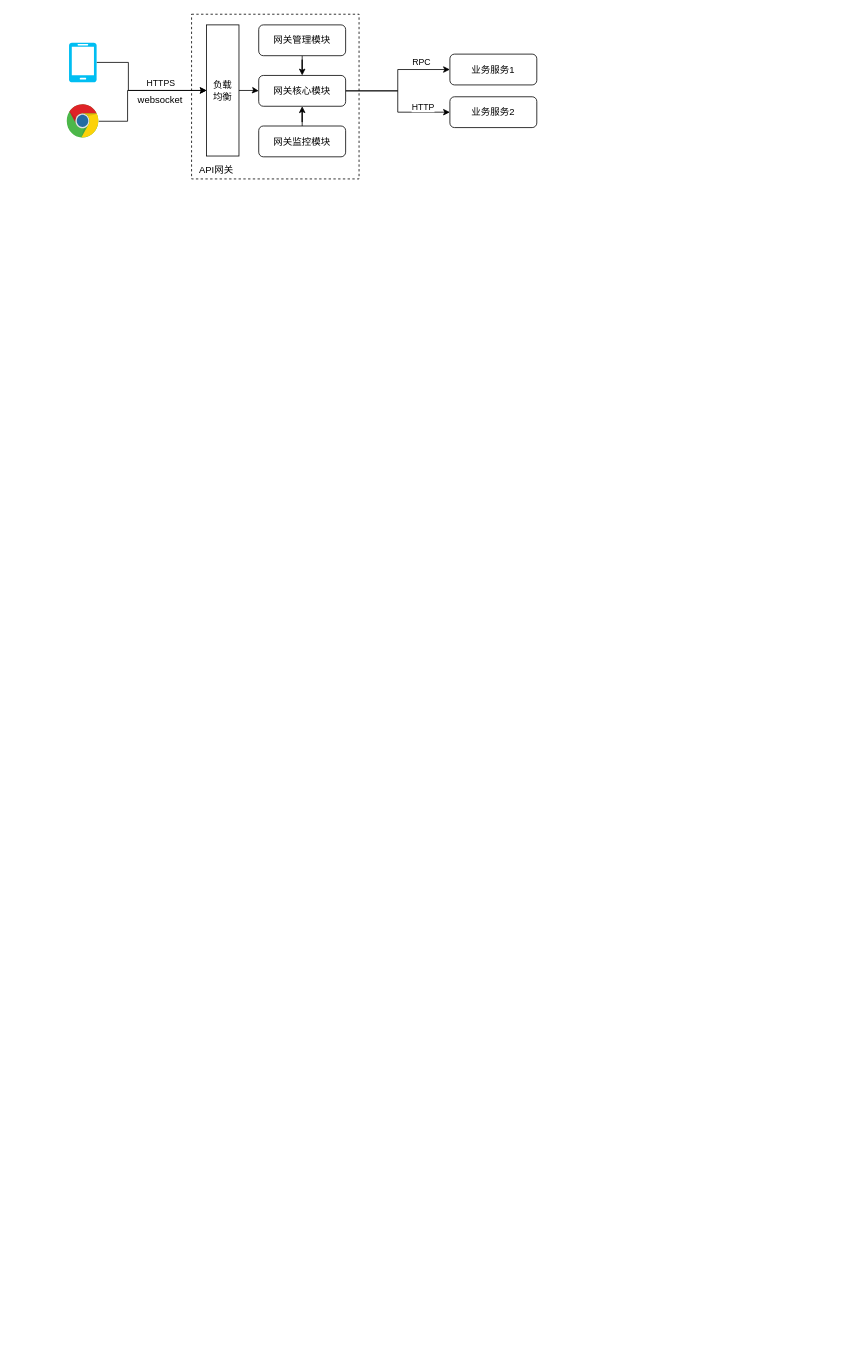
Earlier version of the draw.io diagram page "基础功能" (2 of 2) of AI电商-社区板块.drawio (joeylin/draw.io). Source tidied: cells renumbered, new cells numbered last; positions are measured from the earlier drawing's top-left corner, leaving out a move shared by most shapes. Both pictures are drawn from the tidied source at 79%, with x=0, y=0 at pixel (66, 13). Pictures stored in the file or linked from it are replaced by grey dashed boxes.
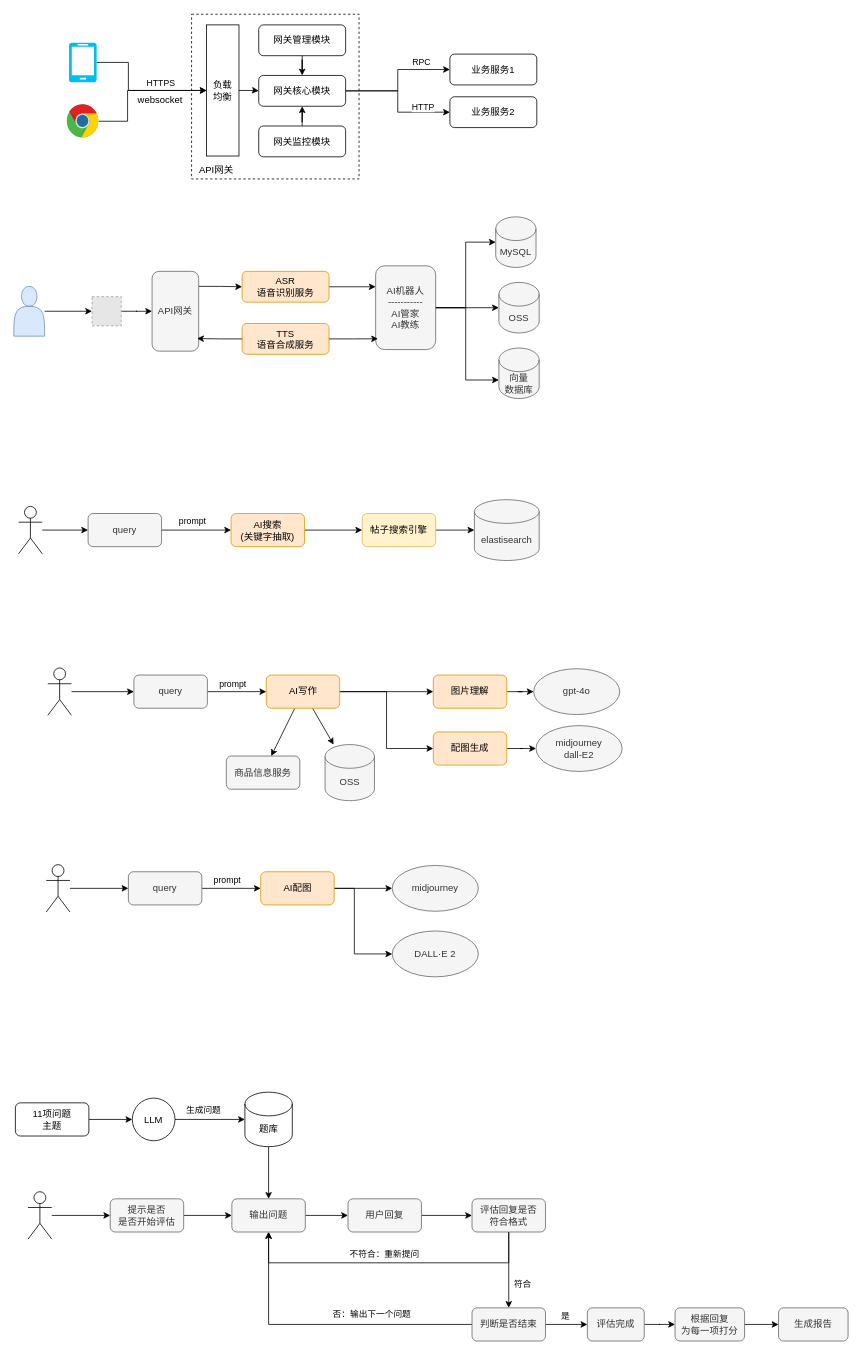
The same diagram, later.

Commit message:
更新AI电商-社区板块.drawio

Diff of the diagram source:
```diff
@@
+    <mxCell id="23" style="edgeStyle=orthogonalEdgeStyle;rounded=0;jettySize=auto;html=1;entryX=0;entryY=0.5;entryDx=0;entryDy=0;" parent="1" edge="1" source="24" target="28">
+      <mxGeometry relative="1" as="geometry" />
+    </mxCell>
+    <mxCell id="24" style="fillColor=#E6E6E6;strokeColor=#999999;dashed=1;html=1;verticalAlign=top;verticalLabelPosition=bottom;labelBackgroundColor=#ffffff;" parent="1" vertex="1">
+      <mxGeometry x="32" y="358" width="37" height="37" as="geometry" />
+    </mxCell>
+    <mxCell id="25" style="edgeStyle=orthogonalEdgeStyle;rounded=0;jettySize=auto;html=1;entryX=0;entryY=0.5;entryDx=0;entryDy=0;" parent="1" edge="1" source="26" target="24">
+      <mxGeometry relative="1" as="geometry" />
+    </mxCell>
+    <mxCell id="26" style="shape=actor;whiteSpace=wrap;html=1;fillColor=#dae8fc;strokeColor=#6c8ebf;" parent="1" vertex="1">
+      <mxGeometry x="-67" y="345" width="39" height="63" as="geometry" />
+    </mxCell>
+    <mxCell id="27" style="edgeStyle=orthogonalEdgeStyle;rounded=0;jettySize=auto;html=1;entryX=0;entryY=0.5;entryDx=0;entryDy=0;exitX=0.983;exitY=0.188;exitDx=0;exitDy=0;exitPerimeter=0;" parent="1" edge="1" source="28" target="30">
+      <mxGeometry relative="1" as="geometry" />
+    </mxCell>
+    <mxCell id="28" value="API网关" style="rounded=1;whiteSpace=wrap;html=1;fillColor=#f5f5f5;fontColor=#333333;strokeColor=#666666;" parent="1" vertex="1">
+      <mxGeometry x="108" y="326" width="59" height="101" as="geometry" />
+    </mxCell>
+    <mxCell id="29" style="edgeStyle=orthogonalEdgeStyle;rounded=0;jettySize=auto;html=1;entryX=0;entryY=0.25;entryDx=0;entryDy=0;" parent="1" edge="1" source="30" target="35">
+      <mxGeometry relative="1" as="geometry" />
+    </mxCell>
+    <mxCell id="30" value="ASR&lt;br&gt;语音识别服务" style="rounded=1;whiteSpace=wrap;html=1;fillColor=#ffe6cc;strokeColor=#d79b00;" parent="1" vertex="1">
+      <mxGeometry x="222" y="326" width="110" height="39" as="geometry" />
+    </mxCell>
+    <mxCell id="31" value="TTS&lt;br&gt;语音合成服务" style="rounded=1;whiteSpace=wrap;html=1;fillColor=#ffe6cc;strokeColor=#d79b00;" parent="1" vertex="1">
+      <mxGeometry x="222" y="392" width="110" height="39" as="geometry" />
+    </mxCell>
+    <mxCell id="32" style="edgeStyle=orthogonalEdgeStyle;rounded=0;jettySize=auto;html=1;entryX=0.966;entryY=0.842;entryDx=0;entryDy=0;entryPerimeter=0;" parent="1" edge="1" source="31" target="28">
+      <mxGeometry relative="1" as="geometry" />
+    </mxCell>
+    <mxCell id="33" style="edgeStyle=orthogonalEdgeStyle;rounded=0;jettySize=auto;html=1;" parent="1" edge="1" source="35" target="37">
+      <mxGeometry relative="1" as="geometry" />
+    </mxCell>
+    <mxCell id="34" style="edgeStyle=orthogonalEdgeStyle;rounded=0;jettySize=auto;html=1;" parent="1" edge="1" source="35" target="38">
+      <mxGeometry relative="1" as="geometry" />
+    </mxCell>
+    <mxCell id="35" value="AI机器人&lt;br&gt;-----------&lt;br&gt;&lt;div&gt;AI管家&lt;br&gt;AI教练&lt;/div&gt;" style="rounded=1;whiteSpace=wrap;html=1;fillColor=#f5f5f5;fontColor=#333333;strokeColor=#666666;" parent="1" vertex="1">
+      <mxGeometry x="391" y="319" width="76" height="106" as="geometry" />
+    </mxCell>
+    <mxCell id="36" style="edgeStyle=orthogonalEdgeStyle;rounded=0;jettySize=auto;html=1;entryX=0.039;entryY=0.871;entryDx=0;entryDy=0;entryPerimeter=0;" parent="1" edge="1" source="31" target="35">
+      <mxGeometry relative="1" as="geometry" />
+    </mxCell>
+    <mxCell id="37" value="MySQL" style="shape=cylinder3;whiteSpace=wrap;html=1;boundedLbl=1;backgroundOutline=1;size=15;fillColor=#f5f5f5;strokeColor=#666666;fontColor=#333333;" parent="1" vertex="1">
+      <mxGeometry x="543" y="257" width="51" height="64" as="geometry" />
+    </mxCell>
+    <mxCell id="38" value="OSS" style="shape=cylinder3;whiteSpace=wrap;html=1;boundedLbl=1;backgroundOutline=1;size=15;fillColor=#f5f5f5;strokeColor=#666666;fontColor=#333333;" parent="1" vertex="1">
+      <mxGeometry x="547" y="340" width="51" height="64" as="geometry" />
+    </mxCell>
+    <mxCell id="39" value="向量&lt;br&gt;数据库" style="shape=cylinder3;whiteSpace=wrap;html=1;boundedLbl=1;backgroundOutline=1;size=15;fillColor=#f5f5f5;strokeColor=#666666;fontColor=#333333;" parent="1" vertex="1">
+      <mxGeometry x="547" y="423" width="51" height="64" as="geometry" />
+    </mxCell>
+    <mxCell id="40" style="edgeStyle=orthogonalEdgeStyle;rounded=0;jettySize=auto;html=1;entryX=0;entryY=0;entryDx=0;entryDy=40.5;entryPerimeter=0;" parent="1" edge="1" source="35" target="39">
+      <mxGeometry relative="1" as="geometry">
+        <Array as="points">
+          <mxPoint x="505" y="372" />
+          <mxPoint x="505" y="464" />
+        </Array>
+      </mxGeometry>
+    </mxCell>
+    <mxCell id="41" style="edgeStyle=orthogonalEdgeStyle;rounded=0;jettySize=auto;html=1;entryX=0;entryY=0.5;entryDx=0;entryDy=0;" parent="1" edge="1" source="43" target="45">
+      <mxGeometry relative="1" as="geometry" />
+    </mxCell>
+    <mxCell id="42" value="prompt" style="edgeLabel;html=1;align=center;verticalAlign=middle;" parent="41" vertex="1">
+      <mxGeometry x="-0.14" relative="1" as="geometry">
+        <mxPoint y="-12" as="offset" />
+      </mxGeometry>
+    </mxCell>
+    <mxCell id="43" value="query" style="rounded=1;whiteSpace=wrap;html=1;fillColor=#f5f5f5;fontColor=#333333;strokeColor=#666666;" parent="1" vertex="1">
+      <mxGeometry x="27" y="632.5" width="93" height="42" as="geometry" />
+    </mxCell>
+    <mxCell id="44" style="edgeStyle=orthogonalEdgeStyle;rounded=0;jettySize=auto;html=1;entryX=0;entryY=0.5;entryDx=0;entryDy=0;" parent="1" edge="1" source="45" target="47">
+      <mxGeometry relative="1" as="geometry" />
+    </mxCell>
+    <mxCell id="45" value="AI搜索&lt;br&gt;(关键字抽取)" style="rounded=1;whiteSpace=wrap;html=1;fillColor=#ffe6cc;strokeColor=#d79b00;" parent="1" vertex="1">
+      <mxGeometry x="208" y="632.5" width="93" height="42" as="geometry" />
+    </mxCell>
+    <mxCell id="46" style="edgeStyle=orthogonalEdgeStyle;rounded=0;jettySize=auto;html=1;" parent="1" edge="1" source="47" target="48">
+      <mxGeometry relative="1" as="geometry" />
+    </mxCell>
+    <mxCell id="47" value="帖子搜索引擎" style="rounded=1;whiteSpace=wrap;html=1;fillColor=#fff2cc;strokeColor=#d6b656;" parent="1" vertex="1">
+      <mxGeometry x="374" y="632.5" width="93" height="42" as="geometry" />
+    </mxCell>
+    <mxCell id="48" value="elastisearch" style="shape=cylinder3;whiteSpace=wrap;html=1;boundedLbl=1;backgroundOutline=1;size=15;fillColor=#f5f5f5;fontColor=#333333;strokeColor=#666666;" parent="1" vertex="1">
+      <mxGeometry x="516" y="615" width="82" height="77" as="geometry" />
+    </mxCell>
+    <mxCell id="49" style="edgeStyle=orthogonalEdgeStyle;rounded=0;jettySize=auto;html=1;entryX=0;entryY=0.5;entryDx=0;entryDy=0;" parent="1" edge="1" source="50" target="43">
+      <mxGeometry relative="1" as="geometry" />
+    </mxCell>
+    <mxCell id="50" style="shape=umlActor;verticalLabelPosition=bottom;verticalAlign=top;html=1;outlineConnect=0;" parent="1" vertex="1">
+      <mxGeometry x="-61" y="623.5" width="30" height="60" as="geometry" />
+    </mxCell>
+    <mxCell id="51" style="edgeStyle=orthogonalEdgeStyle;rounded=0;jettySize=auto;html=1;" parent="1" edge="1" source="55" target="74">
+      <mxGeometry relative="1" as="geometry" />
+    </mxCell>
+    <mxCell id="52" style="edgeStyle=orthogonalEdgeStyle;rounded=0;jettySize=auto;html=1;entryX=0;entryY=0.5;entryDx=0;entryDy=0;" parent="1" edge="1" source="55" target="76">
+      <mxGeometry relative="1" as="geometry" />
+    </mxCell>
+    <mxCell id="53" style="rounded=0;jettySize=auto;html=1;" parent="1" edge="1" source="55" target="56">
+      <mxGeometry relative="1" as="geometry" />
+    </mxCell>
+    <mxCell id="54" style="rounded=0;jettySize=auto;html=1;" parent="1" edge="1" source="55" target="57">
+      <mxGeometry relative="1" as="geometry" />
+    </mxCell>
+    <mxCell id="55" value="AI写作" style="rounded=1;whiteSpace=wrap;html=1;fillColor=#ffe6cc;strokeColor=#d79b00;" parent="1" vertex="1">
+      <mxGeometry x="252.5" y="837" width="93" height="42" as="geometry" />
+    </mxCell>
+    <mxCell id="56" value="商品信息服务" style="rounded=1;whiteSpace=wrap;html=1;fillColor=#f5f5f5;fontColor=#333333;strokeColor=#666666;" parent="1" vertex="1">
+      <mxGeometry x="202" y="939.5" width="93" height="42" as="geometry" />
+    </mxCell>
+    <mxCell id="57" value="OSS" style="shape=cylinder3;whiteSpace=wrap;html=1;boundedLbl=1;backgroundOutline=1;size=15;fillColor=#f5f5f5;fontColor=#333333;strokeColor=#666666;" parent="1" vertex="1">
+      <mxGeometry x="327" y="925" width="62.5" height="71" as="geometry" />
+    </mxCell>
+    <mxCell id="58" style="edgeStyle=orthogonalEdgeStyle;rounded=0;jettySize=auto;html=1;entryX=0;entryY=0.5;entryDx=0;entryDy=0;" parent="1" edge="1" source="60" target="55">
+      <mxGeometry relative="1" as="geometry" />
+    </mxCell>
+    <mxCell id="59" value="prompt" style="edgeLabel;html=1;align=center;verticalAlign=middle;" parent="58" vertex="1">
+      <mxGeometry x="-0.13" y="3" relative="1" as="geometry">
+        <mxPoint x="-1" y="-8" as="offset" />
+      </mxGeometry>
+    </mxCell>
+    <mxCell id="60" value="query" style="rounded=1;whiteSpace=wrap;html=1;fillColor=#f5f5f5;fontColor=#333333;strokeColor=#666666;" parent="1" vertex="1">
+      <mxGeometry x="85" y="837" width="93" height="42" as="geometry" />
+    </mxCell>
+    <mxCell id="61" style="edgeStyle=orthogonalEdgeStyle;rounded=0;jettySize=auto;html=1;entryX=0;entryY=0.5;entryDx=0;entryDy=0;" parent="1" edge="1" source="63" target="67">
+      <mxGeometry relative="1" as="geometry" />
+    </mxCell>
+    <mxCell id="62" style="edgeStyle=orthogonalEdgeStyle;rounded=0;jettySize=auto;html=1;entryX=0;entryY=0.5;entryDx=0;entryDy=0;" parent="1" edge="1" source="63" target="68">
+      <mxGeometry relative="1" as="geometry">
+        <Array as="points">
+          <mxPoint x="364" y="1107" />
+          <mxPoint x="364" y="1190" />
+        </Array>
+      </mxGeometry>
+    </mxCell>
+    <mxCell id="63" value="AI配图" style="rounded=1;whiteSpace=wrap;html=1;fillColor=#ffe6cc;strokeColor=#d79b00;" parent="1" vertex="1">
+      <mxGeometry x="245.5" y="1086" width="93" height="42" as="geometry" />
+    </mxCell>
+    <mxCell id="64" style="edgeStyle=orthogonalEdgeStyle;rounded=0;jettySize=auto;html=1;entryX=0;entryY=0.5;entryDx=0;entryDy=0;" parent="1" edge="1" source="66" target="63">
+      <mxGeometry relative="1" as="geometry" />
+    </mxCell>
+    <mxCell id="65" value="prompt" style="edgeLabel;html=1;align=center;verticalAlign=middle;" parent="64" vertex="1">
+      <mxGeometry x="-0.13" y="3" relative="1" as="geometry">
+        <mxPoint x="-1" y="-8" as="offset" />
+      </mxGeometry>
+    </mxCell>
+    <mxCell id="66" value="query" style="rounded=1;whiteSpace=wrap;html=1;fillColor=#f5f5f5;fontColor=#333333;strokeColor=#666666;" parent="1" vertex="1">
+      <mxGeometry x="78" y="1086" width="93" height="42" as="geometry" />
+    </mxCell>
+    <mxCell id="67" value="midjourney" style="ellipse;whiteSpace=wrap;html=1;fillColor=#f5f5f5;fontColor=#333333;strokeColor=#666666;" parent="1" vertex="1">
+      <mxGeometry x="412" y="1078" width="109" height="58" as="geometry" />
+    </mxCell>
+    <mxCell id="68" value="DALL·E 2" style="ellipse;whiteSpace=wrap;html=1;fillColor=#f5f5f5;fontColor=#333333;strokeColor=#666666;" parent="1" vertex="1">
+      <mxGeometry x="412" y="1161" width="109" height="58" as="geometry" />
+    </mxCell>
+    <mxCell id="69" style="edgeStyle=orthogonalEdgeStyle;rounded=0;jettySize=auto;html=1;entryX=0;entryY=0.5;entryDx=0;entryDy=0;" parent="1" edge="1" source="70" target="60">
+      <mxGeometry relative="1" as="geometry" />
+    </mxCell>
+    <mxCell id="70" style="shape=umlActor;verticalLabelPosition=bottom;verticalAlign=top;html=1;outlineConnect=0;" parent="1" vertex="1">
+      <mxGeometry x="-24" y="828" width="30" height="60" as="geometry" />
+    </mxCell>
+    <mxCell id="71" style="edgeStyle=orthogonalEdgeStyle;rounded=0;jettySize=auto;html=1;" parent="1" edge="1" source="72" target="66">
+      <mxGeometry relative="1" as="geometry" />
+    </mxCell>
+    <mxCell id="72" style="shape=umlActor;verticalLabelPosition=bottom;verticalAlign=top;html=1;outlineConnect=0;" parent="1" vertex="1">
+      <mxGeometry x="-26" y="1077" width="30" height="60" as="geometry" />
+    </mxCell>
+    <mxCell id="73" style="edgeStyle=orthogonalEdgeStyle;rounded=0;jettySize=auto;html=1;entryX=0;entryY=0.5;entryDx=0;entryDy=0;" parent="1" edge="1" source="74" target="78">
+      <mxGeometry relative="1" as="geometry" />
+    </mxCell>
+    <mxCell id="74" value="图片理解" style="rounded=1;whiteSpace=wrap;html=1;fillColor=#ffe6cc;strokeColor=#d79b00;" parent="1" vertex="1">
+      <mxGeometry x="464" y="837" width="93" height="42" as="geometry" />
+    </mxCell>
+    <mxCell id="75" style="edgeStyle=orthogonalEdgeStyle;rounded=0;jettySize=auto;html=1;entryX=0;entryY=0.5;entryDx=0;entryDy=0;" parent="1" edge="1" source="76" target="77">
+      <mxGeometry relative="1" as="geometry" />
+    </mxCell>
+    <mxCell id="76" value="配图生成" style="rounded=1;whiteSpace=wrap;html=1;fillColor=#ffe6cc;strokeColor=#d79b00;" parent="1" vertex="1">
+      <mxGeometry x="464" y="909" width="93" height="42" as="geometry" />
+    </mxCell>
+    <mxCell id="77" value="midjourney&lt;br&gt;dall-E2" style="ellipse;whiteSpace=wrap;html=1;fillColor=#f5f5f5;fontColor=#333333;strokeColor=#666666;" parent="1" vertex="1">
+      <mxGeometry x="594" y="901" width="109" height="58" as="geometry" />
+    </mxCell>
+    <mxCell id="78" value="gpt-4o" style="ellipse;whiteSpace=wrap;html=1;fillColor=#f5f5f5;fontColor=#333333;strokeColor=#666666;" parent="1" vertex="1">
+      <mxGeometry x="591" y="829" width="109" height="58" as="geometry" />
+    </mxCell>
+    <mxCell id="79" style="edgeStyle=orthogonalEdgeStyle;rounded=0;jettySize=auto;html=1;entryX=0;entryY=0.5;entryDx=0;entryDy=0;" parent="1" edge="1" source="80" target="84">
+      <mxGeometry relative="1" as="geometry" />
+    </mxCell>
+    <mxCell id="80" value="提示是否&lt;br&gt;是否开始评估" style="rounded=1;whiteSpace=wrap;html=1;fillColor=#f5f5f5;fontColor=#333333;strokeColor=#666666;" parent="1" vertex="1">
+      <mxGeometry x="55" y="1500" width="93" height="42" as="geometry" />
+    </mxCell>
+    <mxCell id="81" style="edgeStyle=orthogonalEdgeStyle;rounded=0;jettySize=auto;html=1;" parent="1" edge="1" source="82" target="80">
+      <mxGeometry relative="1" as="geometry" />
+    </mxCell>
+    <mxCell id="82" style="shape=umlActor;verticalLabelPosition=bottom;verticalAlign=top;html=1;outlineConnect=0;" parent="1" vertex="1">
+      <mxGeometry x="-49" y="1491" width="30" height="60" as="geometry" />
+    </mxCell>
+    <mxCell id="83" style="edgeStyle=orthogonalEdgeStyle;rounded=0;jettySize=auto;html=1;entryX=0;entryY=0.5;entryDx=0;entryDy=0;" parent="1" edge="1" source="84" target="86">
+      <mxGeometry relative="1" as="geometry" />
+    </mxCell>
+    <mxCell id="84" value="输出问题" style="rounded=1;whiteSpace=wrap;html=1;fillColor=#f5f5f5;fontColor=#333333;strokeColor=#666666;" parent="1" vertex="1">
+      <mxGeometry x="209" y="1500" width="93" height="42" as="geometry" />
+    </mxCell>
+    <mxCell id="85" style="edgeStyle=orthogonalEdgeStyle;rounded=0;jettySize=auto;html=1;" parent="1" edge="1" source="86" target="91">
+      <mxGeometry relative="1" as="geometry" />
+    </mxCell>
+    <mxCell id="86" value="用户回复" style="rounded=1;whiteSpace=wrap;html=1;fillColor=#f5f5f5;fontColor=#333333;strokeColor=#666666;" parent="1" vertex="1">
+      <mxGeometry x="356" y="1500" width="93" height="42" as="geometry" />
+    </mxCell>
+    <mxCell id="87" style="edgeStyle=orthogonalEdgeStyle;rounded=0;jettySize=auto;html=1;entryX=0.5;entryY=0;entryDx=0;entryDy=0;" parent="1" edge="1" source="91" target="100">
+      <mxGeometry relative="1" as="geometry" />
+    </mxCell>
+    <mxCell id="88" value="符合" style="edgeLabel;html=1;align=center;verticalAlign=middle;" parent="87" vertex="1">
+      <mxGeometry x="0.32" y="1" relative="1" as="geometry">
+        <mxPoint x="16" y="2" as="offset" />
+      </mxGeometry>
+    </mxCell>
+    <mxCell id="89" style="edgeStyle=orthogonalEdgeStyle;rounded=0;jettySize=auto;html=1;entryX=0.5;entryY=1;entryDx=0;entryDy=0;exitX=0.5;exitY=1;exitDx=0;exitDy=0;" parent="1" edge="1" source="91" target="84">
+      <mxGeometry relative="1" as="geometry">
+        <Array as="points">
+          <mxPoint x="560" y="1581" />
+          <mxPoint x="256" y="1581" />
+        </Array>
+      </mxGeometry>
+    </mxCell>
+    <mxCell id="90" value="不符合：重新提问" style="edgeLabel;html=1;align=center;verticalAlign=middle;" parent="89" vertex="1">
+      <mxGeometry x="-0.09" relative="1" as="geometry">
+        <mxPoint x="-23" y="-12" as="offset" />
+      </mxGeometry>
+    </mxCell>
+    <mxCell id="91" value="评估回复是否&lt;br&gt;符合格式" style="rounded=1;whiteSpace=wrap;html=1;fillColor=#f5f5f5;fontColor=#333333;strokeColor=#666666;" parent="1" vertex="1">
+      <mxGeometry x="513" y="1500" width="93" height="42" as="geometry" />
+    </mxCell>
+    <mxCell id="92" style="edgeStyle=orthogonalEdgeStyle;rounded=0;jettySize=auto;html=1;entryX=0;entryY=0.5;entryDx=0;entryDy=0;" parent="1" edge="1" source="93" target="107">
+      <mxGeometry relative="1" as="geometry" />
+    </mxCell>
+    <mxCell id="93" value="评估完成" style="rounded=1;whiteSpace=wrap;html=1;fillColor=#f5f5f5;fontColor=#333333;strokeColor=#666666;" parent="1" vertex="1">
+      <mxGeometry x="659" y="1638" width="72" height="42" as="geometry" />
+    </mxCell>
+    <mxCell id="94" style="edgeStyle=orthogonalEdgeStyle;rounded=0;jettySize=auto;html=1;" parent="1" edge="1" source="95" target="84">
+      <mxGeometry relative="1" as="geometry" />
+    </mxCell>
+    <mxCell id="95" value="题库" style="shape=cylinder3;whiteSpace=wrap;html=1;boundedLbl=1;backgroundOutline=1;size=15;" parent="1" vertex="1">
+      <mxGeometry x="225.5" y="1365" width="60" height="69" as="geometry" />
+    </mxCell>
+    <mxCell id="96" style="edgeStyle=orthogonalEdgeStyle;rounded=0;jettySize=auto;html=1;entryX=0.5;entryY=1;entryDx=0;entryDy=0;" parent="1" edge="1" source="100" target="84">
+      <mxGeometry relative="1" as="geometry" />
+    </mxCell>
+    <mxCell id="97" value="否：输出下一个问题" style="edgeLabel;html=1;align=center;verticalAlign=middle;" parent="96" vertex="1">
+      <mxGeometry x="-0.34" y="2" relative="1" as="geometry">
+        <mxPoint x="-4" y="-16" as="offset" />
+      </mxGeometry>
+    </mxCell>
+    <mxCell id="98" style="edgeStyle=orthogonalEdgeStyle;rounded=0;jettySize=auto;html=1;entryX=0;entryY=0.5;entryDx=0;entryDy=0;" parent="1" edge="1" source="100" target="93">
+      <mxGeometry relative="1" as="geometry" />
+    </mxCell>
+    <mxCell id="99" value="是" style="edgeLabel;html=1;align=center;verticalAlign=middle;" parent="98" vertex="1">
+      <mxGeometry x="-0.08" y="1" relative="1" as="geometry">
+        <mxPoint y="-10" as="offset" />
+      </mxGeometry>
+    </mxCell>
+    <mxCell id="100" value="判断是否结束" style="rounded=1;whiteSpace=wrap;html=1;fillColor=#f5f5f5;fontColor=#333333;strokeColor=#666666;" parent="1" vertex="1">
+      <mxGeometry x="513" y="1638" width="93" height="42" as="geometry" />
+    </mxCell>
+    <mxCell id="101" style="edgeStyle=orthogonalEdgeStyle;rounded=0;jettySize=auto;html=1;entryX=0;entryY=0.5;entryDx=0;entryDy=0;" parent="1" edge="1" source="102" target="103">
+      <mxGeometry relative="1" as="geometry" />
+    </mxCell>
+    <mxCell id="102" value="11项问题&lt;br&gt;主题" style="rounded=1;whiteSpace=wrap;html=1;" parent="1" vertex="1">
+      <mxGeometry x="-65" y="1378.5" width="93" height="42" as="geometry" />
+    </mxCell>
+    <mxCell id="103" value="LLM" style="ellipse;whiteSpace=wrap;html=1;" parent="1" vertex="1">
+      <mxGeometry x="83" y="1372.5" width="54" height="54" as="geometry" />
+    </mxCell>
+    <mxCell id="104" style="edgeStyle=orthogonalEdgeStyle;rounded=0;jettySize=auto;html=1;entryX=0;entryY=0.5;entryDx=0;entryDy=0;entryPerimeter=0;" parent="1" edge="1" source="103" target="95">
+      <mxGeometry relative="1" as="geometry" />
+    </mxCell>
+    <mxCell id="105" value="生成问题" style="edgeLabel;html=1;align=center;verticalAlign=middle;" parent="104" vertex="1">
+      <mxGeometry x="-0.21" y="-2" relative="1" as="geometry">
+        <mxPoint y="-14" as="offset" />
+      </mxGeometry>
+    </mxCell>
+    <mxCell id="106" style="edgeStyle=orthogonalEdgeStyle;rounded=0;jettySize=auto;html=1;entryX=0;entryY=0.5;entryDx=0;entryDy=0;" parent="1" edge="1" source="107" target="108">
+      <mxGeometry relative="1" as="geometry" />
+    </mxCell>
+    <mxCell id="107" value="根据回复&lt;br&gt;为每一项打分" style="rounded=1;whiteSpace=wrap;html=1;fillColor=#f5f5f5;fontColor=#333333;strokeColor=#666666;" parent="1" vertex="1">
+      <mxGeometry x="770" y="1638" width="88" height="42" as="geometry" />
+    </mxCell>
+    <mxCell id="108" value="生成报告" style="rounded=1;whiteSpace=wrap;html=1;fillColor=#f5f5f5;fontColor=#333333;strokeColor=#666666;" parent="1" vertex="1">
+      <mxGeometry x="901" y="1638" width="88" height="42" as="geometry" />
+    </mxCell>
```
